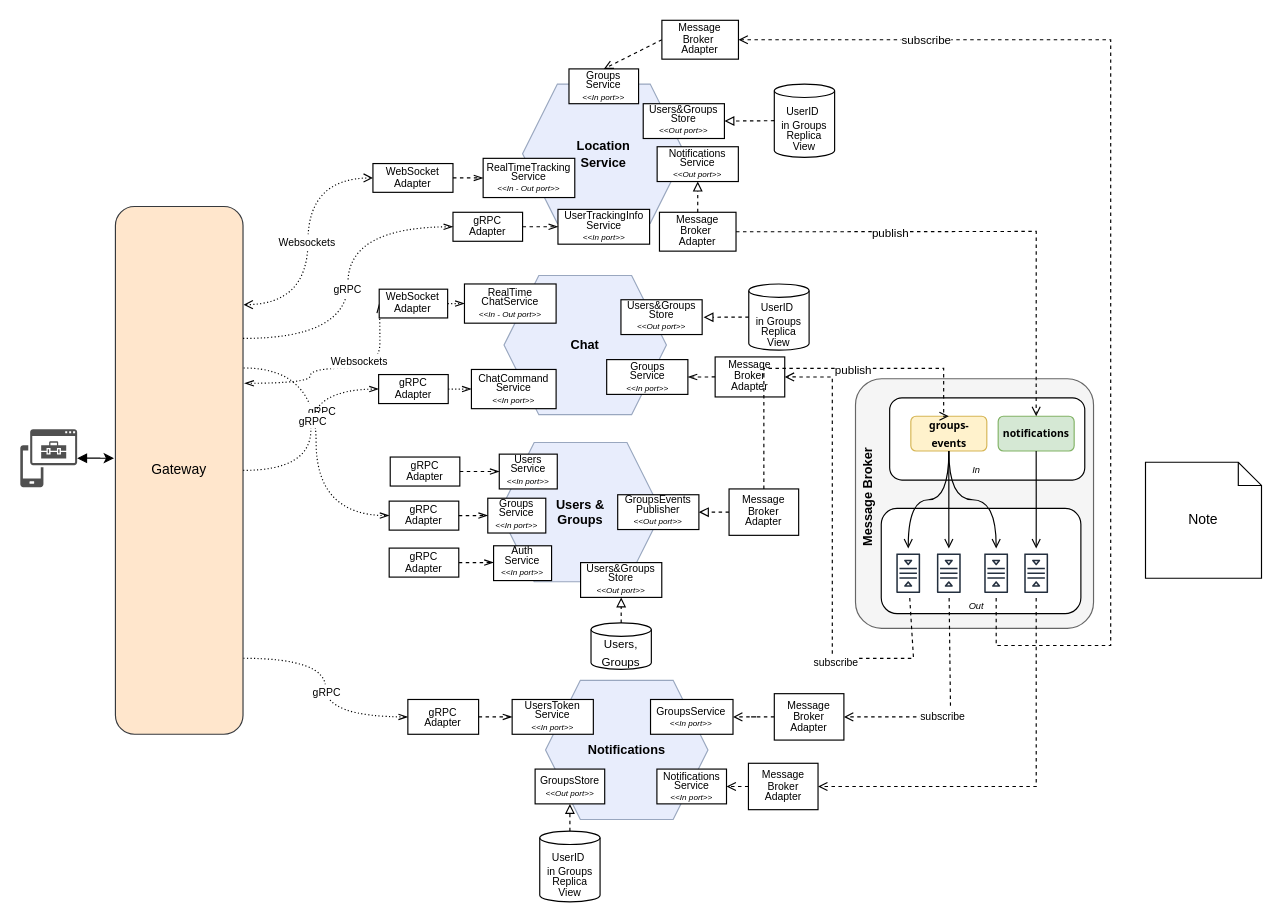
This is page "NEW ARCHITECTURE" (1 of 7) of content/schemas/architecture.drawio from position-pal/Documentation, a draw.io file, before an edit. Source tidied: cells renumbered, new cells numbered last; positions are measured from the earlier drawing's top-left corner, leaving out a move shared by most shapes. Both pictures are drawn from the tidied source at 116%, with x=0, y=0 at pixel (20, 20).
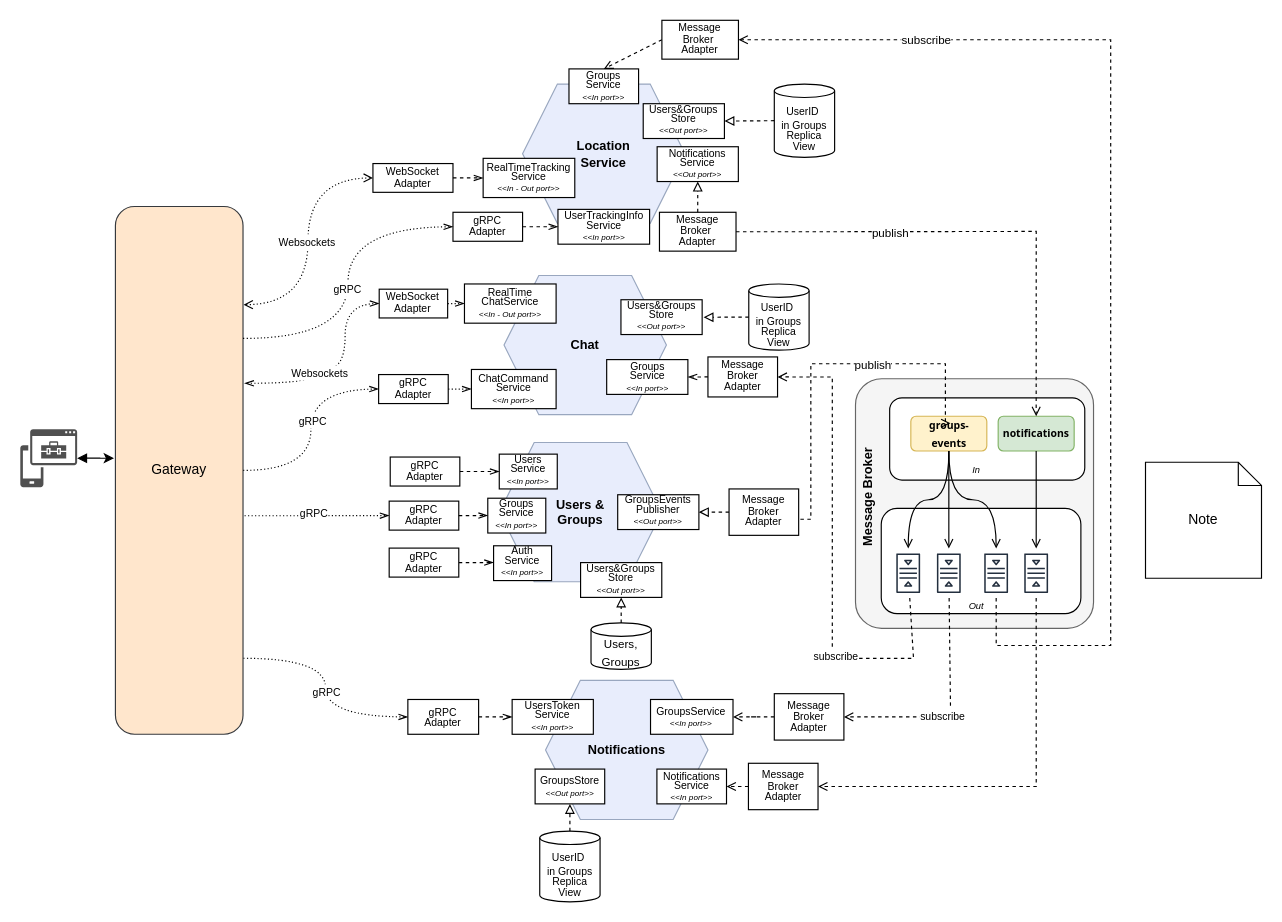
The same page after the edit.

Unchanged cells that the change refers to:
```xml
<mxCell id="12" value="Gateway" style="rounded=1;whiteSpace=wrap;html=1;fillColor=#FFE6CC;strokeColor=#36393d;" parent="1" vertex="1">
  <mxGeometry x="82" y="160.5" width="110" height="455" as="geometry" />
</mxCell>
<mxCell id="17" value="&lt;div style=&quot;line-height: 110%; font-size: 9px;&quot;&gt;Message&lt;/div&gt;&lt;div style=&quot;line-height: 110%; font-size: 9px;&quot;&gt;Broker Adapter&lt;/div&gt;" style="rounded=0;whiteSpace=wrap;html=1;align=center;" parent="1" vertex="1">
  <mxGeometry x="611" y="404" width="60" height="40" as="geometry" />
</mxCell>
<mxCell id="32" value="&lt;div style=&quot;line-height: 110%; font-size: 9px;&quot;&gt;gRPC&lt;/div&gt;&lt;div style=&quot;line-height: 110%; font-size: 9px;&quot;&gt;Adapter&lt;/div&gt;" style="rounded=0;whiteSpace=wrap;html=1;align=center;" parent="1" vertex="1">
  <mxGeometry x="318" y="414.5" width="60" height="25" as="geometry" />
</mxCell>
<mxCell id="54" style="group;rotation=-90;" parent="1" vertex="1">
  <mxGeometry x="680" y="213.8" width="226.8" height="236.1" as="geometry" />
</mxCell>
<mxCell id="66" value="&lt;font size=&quot;1&quot; face=&quot;Tahoma&quot; style=&quot;&quot;&gt;&lt;b style=&quot;font-size: 9px;&quot;&gt;groups-events&lt;/b&gt;&lt;/font&gt;" style="rounded=1;whiteSpace=wrap;html=1;rotation=0;fillColor=#fff2cc;strokeColor=#d6b656;" parent="55" vertex="1">
  <mxGeometry x="47.7" y="32.3" width="65.5" height="30" as="geometry" />
</mxCell>
<mxCell id="103" value="&lt;div style=&quot;line-height: 110%; font-size: 9px;&quot;&gt;WebSocket&lt;/div&gt;&lt;div style=&quot;line-height: 110%; font-size: 9px;&quot;&gt;Adapter&lt;br&gt;&lt;/div&gt;" style="rounded=0;whiteSpace=wrap;html=1;align=center;" parent="1" vertex="1">
  <mxGeometry x="309.4" y="231.8" width="59" height="24.8" as="geometry" />
</mxCell>
```

What changed in the source:
```diff
@@
-    <mxCell id="2" style="rounded=0;jettySize=auto;html=1;entryX=0;entryY=0.5;entryDx=0;entryDy=0;dashed=1;dashPattern=1 2;endArrow=openThin;endFill=0;edgeStyle=orthogonalEdgeStyle;curved=1;exitX=1.004;exitY=0.306;exitDx=0;exitDy=0;exitPerimeter=0;" parent="1" edge="1" source="12" target="32">
+    <mxCell id="2" style="rounded=0;jettySize=auto;html=1;entryX=0;entryY=0.5;entryDx=0;entryDy=0;dashed=1;dashPattern=1 2;endArrow=openThin;endFill=0;edgeStyle=orthogonalEdgeStyle;curved=1;exitX=1.012;exitY=0.586;exitDx=0;exitDy=0;exitPerimeter=0;" parent="1" edge="1" source="12" target="32">
       <mxGeometry relative="1" as="geometry" />
     </mxCell>
@@
     <mxCell id="10" style="edgeStyle=orthogonalEdgeStyle;rounded=0;jettySize=auto;html=1;exitX=1.012;exitY=0.335;exitDx=0;exitDy=0;entryX=0;entryY=0.5;entryDx=0;entryDy=0;dashed=1;dashPattern=1 2;endArrow=openThin;endFill=0;curved=1;startArrow=openThin;startFill=0;exitPerimeter=0;" parent="1" edge="1" source="12" target="103">
       <mxGeometry relative="1" as="geometry">
         <Array as="points">
           <mxPoint x="250" y="313" />
           <mxPoint x="250" y="300" />
-          <mxPoint x="310" y="300" />
-          <mxPoint x="310" y="257" />
+          <mxPoint x="280" y="300" />
+          <mxPoint x="280" y="244" />
         </Array>
       </mxGeometry>
     </mxCell>
     <mxCell id="11" value="&lt;font style=&quot;font-size: 9px;&quot;&gt;Websockets&lt;/font&gt;" style="edgeLabel;html=1;align=center;verticalAlign=middle;" parent="10" vertex="1">
       <mxGeometry x="0.07" y="-2" relative="1" as="geometry">
-        <mxPoint x="12" y="-9" as="offset" />
+        <mxPoint x="-22" y="1" as="offset" />
       </mxGeometry>
     </mxCell>
@@
     <mxCell id="39" value="&lt;div style=&quot;line-height: 110%; font-size: 9px;&quot;&gt;Message&lt;/div&gt;&lt;div style=&quot;line-height: 110%; font-size: 9px;&quot;&gt;Broker&lt;/div&gt;&lt;div style=&quot;line-height: 110%; font-size: 9px;&quot;&gt;Adapter&lt;/div&gt;" style="rounded=0;whiteSpace=wrap;html=1;align=center;" parent="1" vertex="1">
-      <mxGeometry x="599" y="290.2" width="60" height="34.5" as="geometry" />
+      <mxGeometry x="592.8" y="290.2" width="60" height="34.5" as="geometry" />
     </mxCell>
@@
+    <mxCell id="74" style="edgeStyle=orthogonalEdgeStyle;rounded=0;orthogonalLoop=1;jettySize=auto;html=1;exitX=1;exitY=0.5;exitDx=0;exitDy=0;entryX=0.5;entryY=0;entryDx=0;entryDy=0;dashed=1;endArrow=open;endFill=0;" parent="54" edge="1">
+      <mxGeometry relative="1" as="geometry">
+        <mxPoint x="-7.5" y="216.3" as="sourcePoint" />
+        <mxPoint x="121.9" y="133.6" as="targetPoint" />
+        <Array as="points">
+          <mxPoint x="1.5" y="216.3" />
+          <mxPoint x="1.5" y="82.3" />
+          <mxPoint x="117.5" y="82.3" />
+          <mxPoint x="117.5" y="133.3" />
+        </Array>
+      </mxGeometry>
+    </mxCell>
+    <mxCell id="75" value="&lt;font style=&quot;font-size: 10px;&quot;&gt;publish&lt;/font&gt;" style="edgeLabel;html=1;align=center;verticalAlign=middle;" parent="74" vertex="1">
+      <mxGeometry x="-0.13" y="-1" relative="1" as="geometry">
+        <mxPoint x="52" y="-6" as="offset" />
+      </mxGeometry>
+    </mxCell>
@@
-    <mxCell id="74" style="edgeStyle=orthogonalEdgeStyle;rounded=0;jettySize=auto;html=1;exitX=0.5;exitY=0;exitDx=0;exitDy=0;entryX=0.5;entryY=0;entryDx=0;entryDy=0;dashed=1;endArrow=open;endFill=0;" parent="1" edge="1" source="17" target="66">
-      <mxGeometry relative="1" as="geometry">
-        <Array as="points">
-          <mxPoint x="641" y="300" />
-          <mxPoint x="796" y="300" />
-        </Array>
-      </mxGeometry>
-    </mxCell>
-    <mxCell id="75" value="&lt;font style=&quot;font-size: 10px;&quot;&gt;publish&lt;/font&gt;" style="edgeLabel;html=1;align=center;verticalAlign=middle;" parent="74" vertex="1">
-      <mxGeometry x="-0.13" y="-1" relative="1" as="geometry">
-        <mxPoint x="47" y="-1" as="offset" />
-      </mxGeometry>
-    </mxCell>
```
